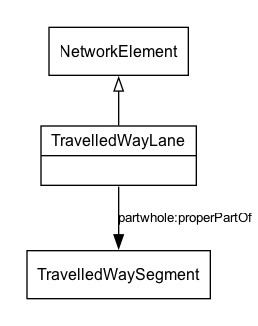
k-vaughn/5087 keeps this Graphviz diagram as docs/diagrams/TravelledWayLane.png. Above is the earlier version. Its source is kept beside it as docs/diagrams/TravelledWayLane.dot. Its diagram source:
```dot
digraph {
	graph [overlap=false splines=true]
	node [fontname=Arial fontsize=12 shape=record]
	edge [fontname=Arial fontsize=10]
	subgraph cluster_main {
		rankdir=TB style=invis
		NetworkElement [label=NetworkElement]
		{
			rank=max
			TravelledWayLane [label="{TravelledWayLane|}"]
		}
		TravelledWayLane -> NetworkElement [arrowhead=onormal style=solid]
	}
	subgraph cluster_others {
		style=invis
		TravelledWaySegment [label=TravelledWaySegment]
	}
	TravelledWayLane:s -> TravelledWaySegment [label="partwhole:properPartOf"]
}
```
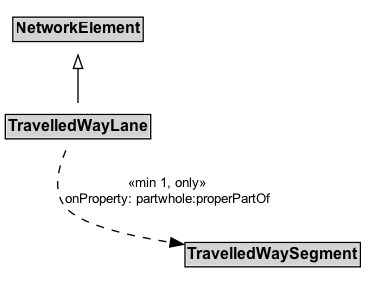
After the change.

What changed in the source:
```diff
@@ -1,19 +1,19 @@
 digraph {
-	graph [overlap=false splines=true]
-	node [fontname=Arial fontsize=12 shape=record]
+	graph [overlap=false rankdir=TB splines=true]
+	node [fontname=Arial fontsize=12 margin=0 shape=none]
 	edge [fontname=Arial fontsize=10]
-	subgraph cluster_main {
-		rankdir=TB style=invis
-		NetworkElement [label=NetworkElement]
-		{
-			rank=max
-			TravelledWayLane [label="{TravelledWayLane|}"]
-		}
-		TravelledWayLane -> NetworkElement [arrowhead=onormal style=solid]
+	NetworkElement [label=<<TABLE BORDER="1" CELLBORDER="0" CELLSPACING="0" CELLPADDING="1"><TR><TD BGCOLOR="lightgray" ALIGN="CENTER"><B>NetworkElement</B></TD></TR></TABLE>> margin=0]
+	{
+		rank=max
+		TravelledWayLane [label=<<TABLE BORDER="1" CELLBORDER="0" CELLSPACING="0" CELLPADDING="1"><TR><TD BGCOLOR="lightgray" ALIGN="CENTER" PORT="e"><B>TravelledWayLane</B></TD></TR></TABLE>> margin=0]
 	}
-	subgraph cluster_others {
-		style=invis
-		TravelledWaySegment [label=TravelledWaySegment]
+	subgraph cluster_associated {
+		label="" style=invis
+		Invis [label=<<TABLE BORDER="0" CELLBORDER="0" CELLSPACING="0" CELLPADDING="1"><TR><TD></TD></TR></TABLE>> margin=0 style=invis]
+		TravelledWaySegment [label=<<TABLE BORDER="1" CELLBORDER="0" CELLSPACING="0" CELLPADDING="1"><TR><TD BGCOLOR="lightgray" ALIGN="CENTER"><B>TravelledWaySegment</B></TD></TR></TABLE>> margin=0]
 	}
-	TravelledWayLane:s -> TravelledWaySegment [label="partwhole:properPartOf"]
+	TravelledWayLane -> NetworkElement [arrowhead=onormal style=solid]
+	TravelledWayLane -> Invis [style=invis]
+	Invis -> TravelledWaySegment [style=invis]
+	TravelledWayLane -> TravelledWaySegment [label="«min 1, only»\nonProperty: partwhole:properPartOf" arrowhead=normal style=dashed]
 }
```
